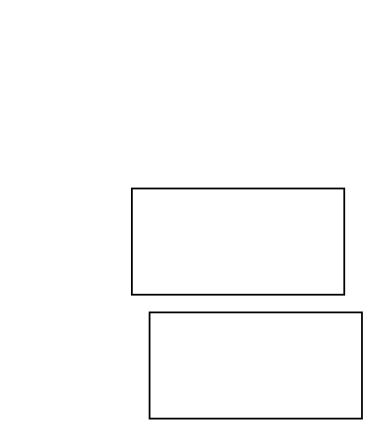
This is architecture/Subscriptions Manager App Architecture Diagram.drawio from karateka-git/subscriptions-manager, a draw.io file, before an edit. Source tidied: cells renumbered, new cells numbered last; positions are measured from the earlier drawing's top-left corner, leaving out a move shared by most shapes. Both pictures are drawn from the tidied source at 177%, with x=0, y=0 at pixel (131, 188).
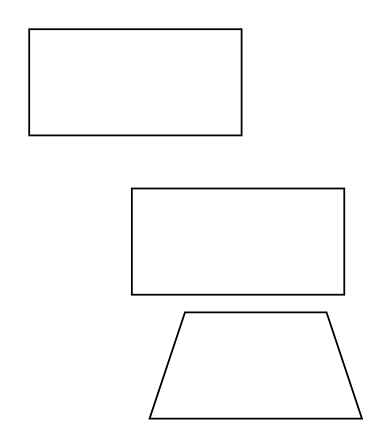
Above is the later version.

The edit, as a diff of the source:
```diff
@@
 <mxGraphModel>
   <root>
     <mxCell id="0" />
     <mxCell id="1" parent="0" />
     <mxCell id="2" style="rounded=0;whiteSpace=wrap;html=1;" parent="1" vertex="1">
       <mxGeometry width="120" height="60" as="geometry" />
     </mxCell>
     <mxCell id="3" style="rounded=0;whiteSpace=wrap;html=1;" parent="1" vertex="1">
-      <mxGeometry x="10" y="70" width="120" height="60" as="geometry" />
+      <mxGeometry x="-58" y="-90" width="120" height="60" as="geometry" />
     </mxCell>
+    <mxCell id="4" style="shape=trapezoid;perimeter=trapezoidPerimeter;whiteSpace=wrap;html=1;fixedSize=1;" parent="1" vertex="1">
+      <mxGeometry x="10" y="70" width="120" height="60" as="geometry" />
+    </mxCell>
   </root>
 </mxGraphModel>
```
